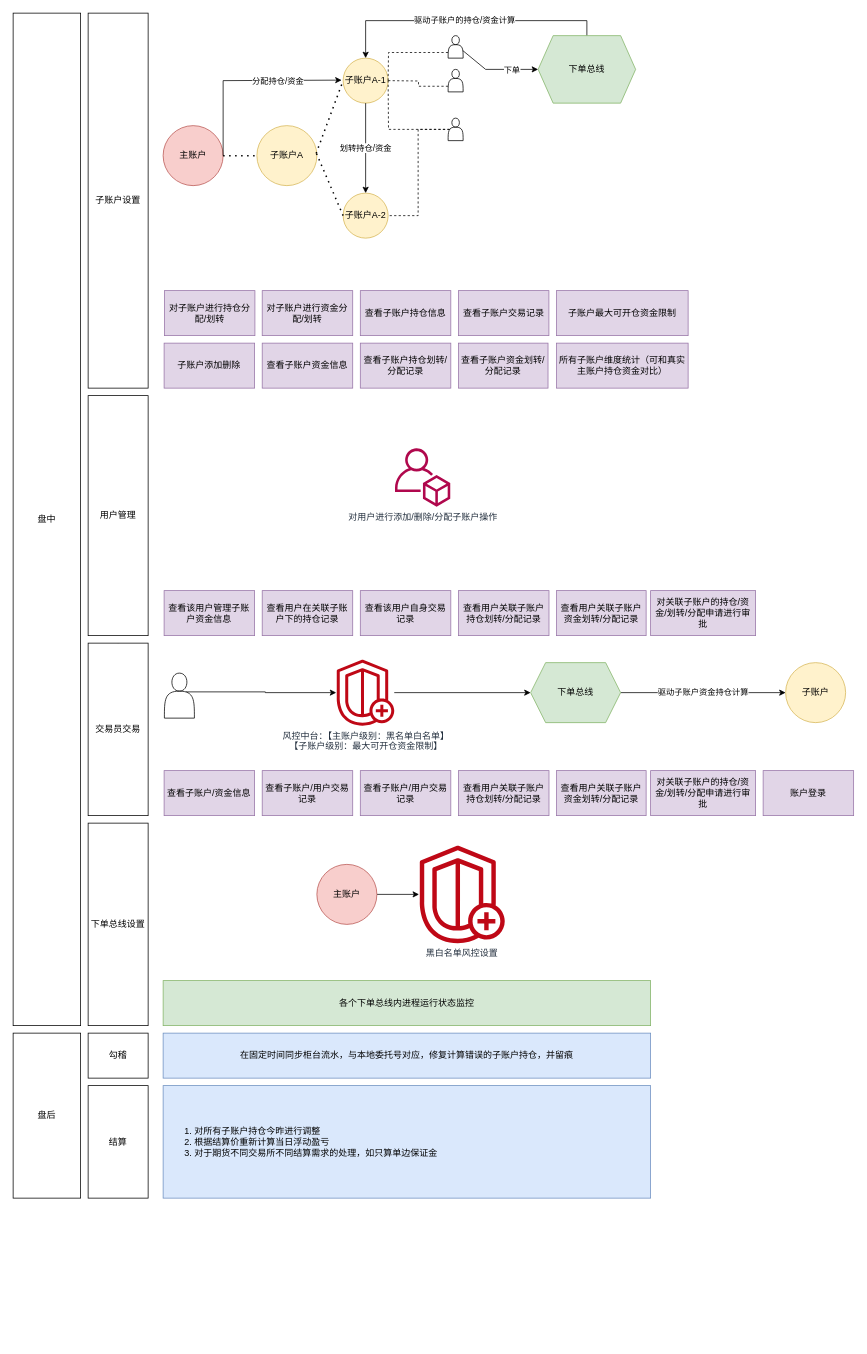
ayizhi/subaccount keeps this draw.io diagram as Untitled Diagram.drawio. Above is the earlier version. Source tidied: cells renumbered, new cells numbered last; positions are measured from the earlier drawing's top-left corner, leaving out a move shared by most shapes. Both pictures are drawn from the tidied source at 75%, with x=0, y=0 at pixel (13, 13).
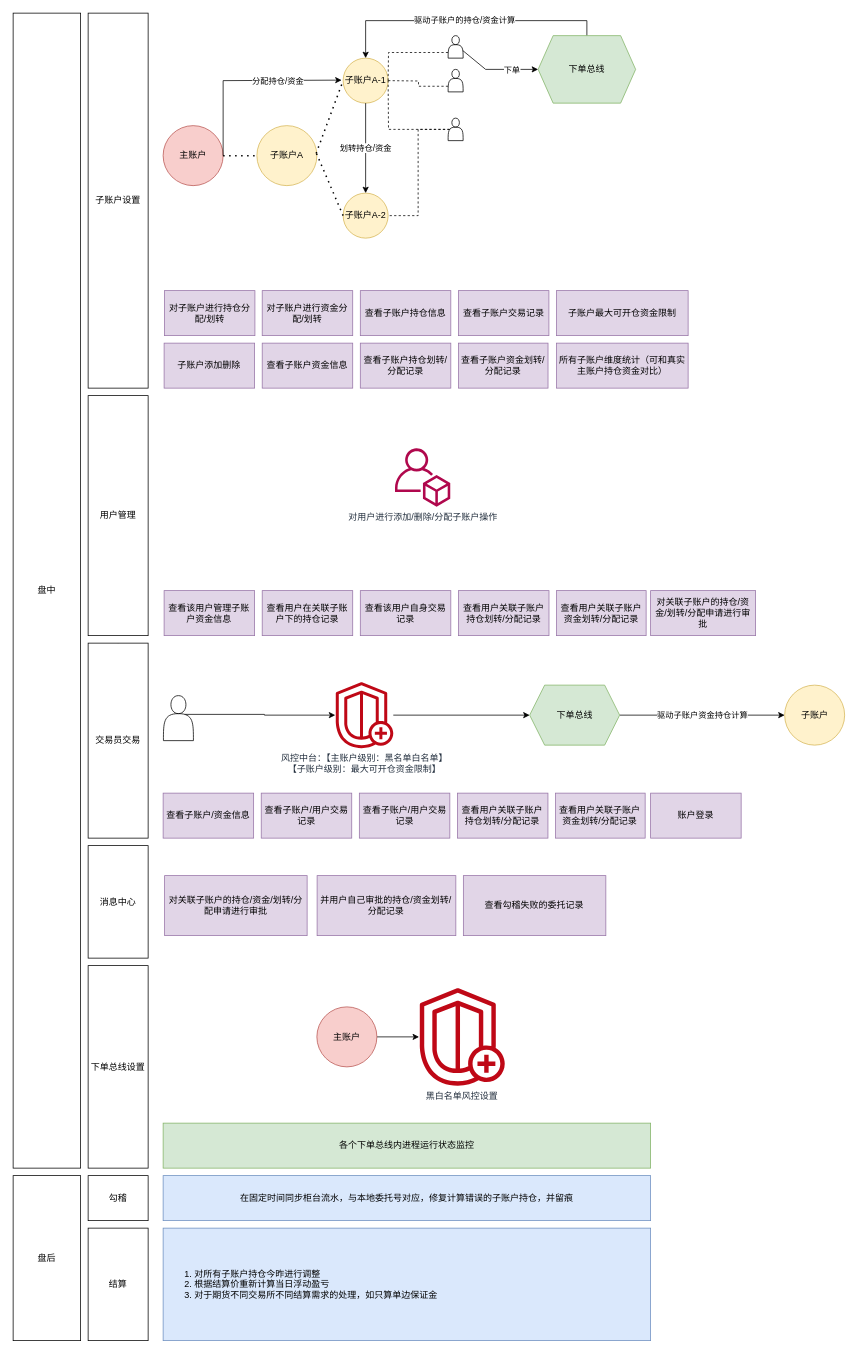
Above is the later version.

What changed in the source:
```diff
@@
     <mxCell id="2" value="盘中" style="rounded=0;whiteSpace=wrap;html=1;" parent="1" vertex="1">
-      <mxGeometry width="90" height="1350" as="geometry" />
+      <mxGeometry width="90" height="1540" as="geometry" />
     </mxCell>
     <mxCell id="3" value="盘后" style="rounded=0;whiteSpace=wrap;html=1;" parent="1" vertex="1">
-      <mxGeometry y="1360" width="90" height="220" as="geometry" />
+      <mxGeometry y="1550" width="90" height="220" as="geometry" />
     </mxCell>
     <mxCell id="4" value="勾稽" style="rounded=0;whiteSpace=wrap;html=1;" parent="1" vertex="1">
-      <mxGeometry x="100" y="1360" width="80" height="60" as="geometry" />
+      <mxGeometry x="100" y="1550" width="80" height="60" as="geometry" />
     </mxCell>
     <mxCell id="5" value="结算" style="rounded=0;whiteSpace=wrap;html=1;" parent="1" vertex="1">
-      <mxGeometry x="100" y="1430" width="80" height="150" as="geometry" />
+      <mxGeometry x="100" y="1620" width="80" height="150" as="geometry" />
     </mxCell>
@@
     <mxCell id="8" value="交易员交易" style="rounded=0;whiteSpace=wrap;html=1;" parent="1" vertex="1">
-      <mxGeometry x="100" y="840" width="80" height="230" as="geometry" />
+      <mxGeometry x="100" y="840" width="80" height="260" as="geometry" />
     </mxCell>
@@
     <mxCell id="31" style="shape=actor;whiteSpace=wrap;html=1;" parent="1" vertex="1">
-      <mxGeometry x="201.7" y="880" width="40" height="60" as="geometry" />
+      <mxGeometry x="200.4" y="910" width="40" height="60" as="geometry" />
     </mxCell>
@@
     <mxCell id="33" value="下单总线" style="shape=hexagon;perimeter=hexagonPerimeter2;whiteSpace=wrap;html=1;fixedSize=1;fillColor=#d5e8d4;strokeColor=#82b366;" parent="1" vertex="1">
-      <mxGeometry x="690" y="866" width="120" height="80" as="geometry" />
+      <mxGeometry x="688.7" y="896" width="120" height="80" as="geometry" />
     </mxCell>
     <mxCell id="34" value="子账户" style="ellipse;whiteSpace=wrap;html=1;fillColor=#fff2cc;strokeColor=#d6b656;" parent="1" vertex="1">
-      <mxGeometry x="1030" y="866" width="80" height="80" as="geometry" />
+      <mxGeometry x="1028.7" y="896" width="80" height="80" as="geometry" />
     </mxCell>
     <mxCell id="35" value="查看子账户/资金信息" style="rounded=0;whiteSpace=wrap;html=1;fillColor=#e1d5e7;strokeColor=#9673a6;" parent="1" vertex="1">
-      <mxGeometry x="201.3" y="1010" width="120.7" height="60" as="geometry" />
+      <mxGeometry x="200" y="1040" width="120.7" height="60" as="geometry" />
     </mxCell>
     <mxCell id="36" value="查看子账户/用户交易记录" style="rounded=0;whiteSpace=wrap;html=1;fillColor=#e1d5e7;strokeColor=#9673a6;" parent="1" vertex="1">
-      <mxGeometry x="332.1" y="1010" width="120.7" height="60" as="geometry" />
+      <mxGeometry x="330.8" y="1040" width="120.7" height="60" as="geometry" />
     </mxCell>
     <mxCell id="37" value="查看用户关联子账户持仓划转/分配记录" style="rounded=0;whiteSpace=wrap;html=1;fillColor=#e1d5e7;strokeColor=#9673a6;" parent="1" vertex="1">
-      <mxGeometry x="593.8" y="1010" width="120.7" height="60" as="geometry" />
+      <mxGeometry x="592.4" y="1040" width="120.7" height="60" as="geometry" />
     </mxCell>
     <mxCell id="38" value="查看用户关联子账户资金划转/分配记录" style="rounded=0;whiteSpace=wrap;html=1;fillColor=#e1d5e7;strokeColor=#9673a6;" parent="1" vertex="1">
-      <mxGeometry x="724.6" y="1010" width="119.4" height="60" as="geometry" />
+      <mxGeometry x="723.3" y="1040" width="119.4" height="60" as="geometry" />
     </mxCell>
     <mxCell id="39" value="查看子账户/用户交易记录" style="rounded=0;whiteSpace=wrap;html=1;fillColor=#e1d5e7;strokeColor=#9673a6;" parent="1" vertex="1">
-      <mxGeometry x="462.9" y="1010" width="120.7" height="60" as="geometry" />
+      <mxGeometry x="461.6" y="1040" width="120.7" height="60" as="geometry" />
     </mxCell>
     <mxCell id="40" value="在固定时间同步柜台流水，与本地委托号对应，修复计算错误的子账户持仓，并留痕" style="rounded=0;whiteSpace=wrap;html=1;fillColor=#dae8fc;strokeColor=#6c8ebf;" parent="1" vertex="1">
-      <mxGeometry x="200" y="1360" width="650" height="60" as="geometry" />
+      <mxGeometry x="200" y="1550" width="650" height="60" as="geometry" />
     </mxCell>
     <mxCell id="41" value="&lt;ol&gt;&lt;li&gt;对所有子账户持仓今昨进行调整&lt;/li&gt;&lt;li&gt;根据结算价重新计算当日浮动盈亏&lt;/li&gt;&lt;li&gt;对于期货不同交易所不同结算需求的处理，如只算单边保证金&lt;/li&gt;&lt;/ol&gt;" style="rounded=0;whiteSpace=wrap;html=1;fillColor=#dae8fc;strokeColor=#6c8ebf;align=left;" parent="1" vertex="1">
-      <mxGeometry x="200" y="1430" width="650" height="150" as="geometry" />
+      <mxGeometry x="200" y="1620" width="650" height="150" as="geometry" />
     </mxCell>
@@
     <mxCell id="51" value="对关联子账户的持仓/资金/划转/分配申请进行审批" style="rounded=0;whiteSpace=wrap;html=1;fillColor=#e1d5e7;strokeColor=#9673a6;" parent="1" vertex="1">
-      <mxGeometry x="850" y="1010" width="140" height="60" as="geometry" />
+      <mxGeometry x="202" y="1150" width="190" height="80" as="geometry" />
     </mxCell>
@@
     <mxCell id="54" value="风控中台：【主账户级别：黑名单白名单】&lt;br&gt;【子账户级别：最大可开仓资金限制】" style="sketch=0;outlineConnect=0;fontColor=#232F3E;gradientColor=none;fillColor=#BF0816;strokeColor=none;dashed=0;verticalLabelPosition=bottom;verticalAlign=top;align=center;html=1;fontSize=12;fontStyle=0;shape=mxgraph.aws4.shield_shield_advanced;" parent="1" vertex="1">
-      <mxGeometry x="430" y="862" width="79" height="88" as="geometry" />
+      <mxGeometry x="428.7" y="892" width="79" height="88" as="geometry" />
     </mxCell>
     <mxCell id="55" value="下单总线设置" style="rounded=0;whiteSpace=wrap;html=1;" parent="1" vertex="1">
-      <mxGeometry x="100" y="1080" width="80" height="270" as="geometry" />
+      <mxGeometry x="100" y="1270" width="80" height="270" as="geometry" />
     </mxCell>
     <mxCell id="56" value="黑白名单风控设置" style="sketch=0;outlineConnect=0;fontColor=#232F3E;gradientColor=none;fillColor=#BF0816;strokeColor=none;dashed=0;verticalLabelPosition=bottom;verticalAlign=top;align=center;html=1;fontSize=12;fontStyle=0;shape=mxgraph.aws4.shield_shield_advanced;" parent="1" vertex="1">
-      <mxGeometry x="540" y="1110" width="116.7" height="130" as="geometry" />
+      <mxGeometry x="540" y="1300" width="116.7" height="130" as="geometry" />
     </mxCell>
     <mxCell id="57" value="各个下单总线内进程运行状态监控" style="rounded=0;whiteSpace=wrap;html=1;fillColor=#d5e8d4;strokeColor=#82b366;" parent="1" vertex="1">
-      <mxGeometry x="200" y="1290" width="650" height="60" as="geometry" />
+      <mxGeometry x="200" y="1480" width="650" height="60" as="geometry" />
     </mxCell>
@@
     <mxCell id="59" value="主账户" style="ellipse;whiteSpace=wrap;html=1;fillColor=#f8cecc;strokeColor=#b85450;" parent="1" vertex="1">
-      <mxGeometry x="405" y="1135" width="80" height="80" as="geometry" />
+      <mxGeometry x="405" y="1325" width="80" height="80" as="geometry" />
     </mxCell>
@@
     <mxCell id="68" value="账户登录" style="rounded=0;whiteSpace=wrap;html=1;fillColor=#e1d5e7;strokeColor=#9673a6;" parent="1" vertex="1">
-      <mxGeometry x="1000" y="1010" width="120.7" height="60" as="geometry" />
+      <mxGeometry x="850" y="1040" width="120.7" height="60" as="geometry" />
     </mxCell>
+    <mxCell id="69" value="消息中心" style="rounded=0;whiteSpace=wrap;html=1;" parent="1" vertex="1">
+      <mxGeometry x="100" y="1110" width="80" height="150" as="geometry" />
+    </mxCell>
+    <mxCell id="70" value="查看勾稽失败的委托记录" style="rounded=0;whiteSpace=wrap;html=1;fillColor=#e1d5e7;strokeColor=#9673a6;" parent="1" vertex="1">
+      <mxGeometry x="600.3" y="1150" width="190" height="80" as="geometry" />
+    </mxCell>
+    <mxCell id="71" value="并用户自己审批的持仓/资金划转/分配记录" style="rounded=0;whiteSpace=wrap;html=1;fillColor=#e1d5e7;strokeColor=#9673a6;" parent="1" vertex="1">
+      <mxGeometry x="405.3" y="1150" width="185" height="80" as="geometry" />
+    </mxCell>
```
